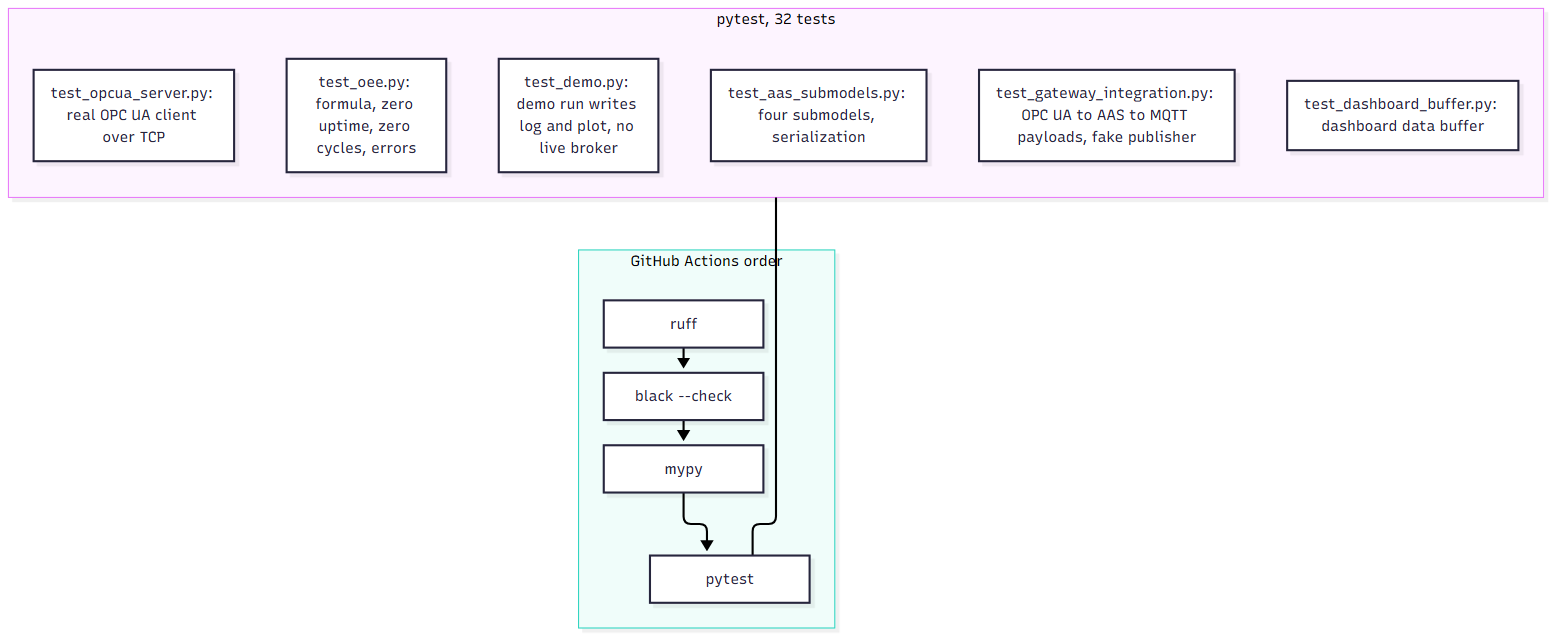
This is docs/diagrams/testing_and_ci.png from AbhishekDubasi09/aas-digital-twin, a Mermaid export, as it was before one commit. Its source is kept beside it as docs/diagrams/testing_and_ci.mmd.
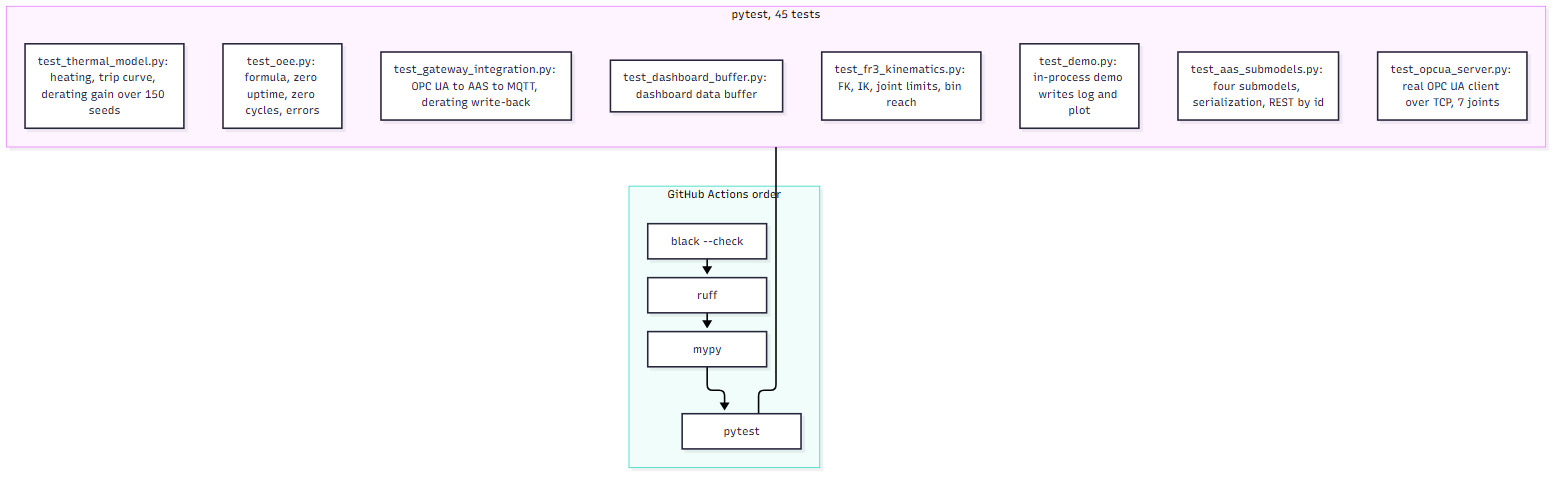
Later version of the same file.

The edit, as a diff of the source:
```diff
@@ -1,13 +1,15 @@
 flowchart TB
-    subgraph Tests["pytest, 32 tests"]
+    subgraph Tests["pytest, 45 tests"]
         U1["test_oee.py: formula, zero uptime, zero cycles, errors"]
-        U2["test_aas_submodels.py: four submodels, serialization"]
-        U3["test_opcua_server.py: real OPC UA client over TCP"]
-        U4["test_gateway_integration.py: OPC UA to AAS to MQTT payloads, fake publisher"]
-        U5["test_dashboard_buffer.py: dashboard data buffer"]
-        U6["test_demo.py: demo run writes log and plot, no live broker"]
+        U2["test_fr3_kinematics.py: FK, IK, joint limits, bin reach"]
+        U3["test_thermal_model.py: heating, trip curve, derating gain over 150 seeds"]
+        U4["test_aas_submodels.py: four submodels, serialization, REST by id"]
+        U5["test_opcua_server.py: real OPC UA client over TCP, 7 joints"]
+        U6["test_gateway_integration.py: OPC UA to AAS to MQTT, derating write-back"]
+        U7["test_dashboard_buffer.py: dashboard data buffer"]
+        U8["test_demo.py: in-process demo writes log and plot"]
     end
     subgraph CI["GitHub Actions order"]
-        C1["ruff"] --> C2["black --check"] --> C3["mypy"] --> C4["pytest"]
+        C1["black --check"] --> C2["ruff"] --> C3["mypy"] --> C4["pytest"]
     end
     Tests --- C4
```
